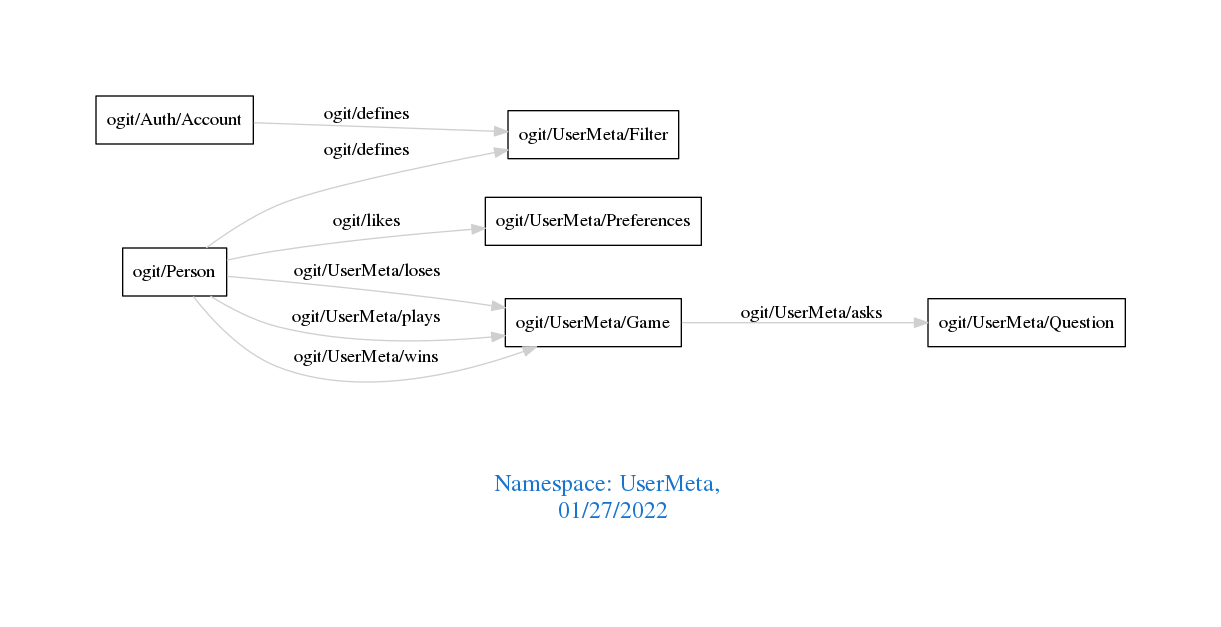
Before: downloads/UserMeta.png, a diagram exported from Graphviz (arago/OGIT). Its source is kept beside it as downloads/UserMeta.dot.
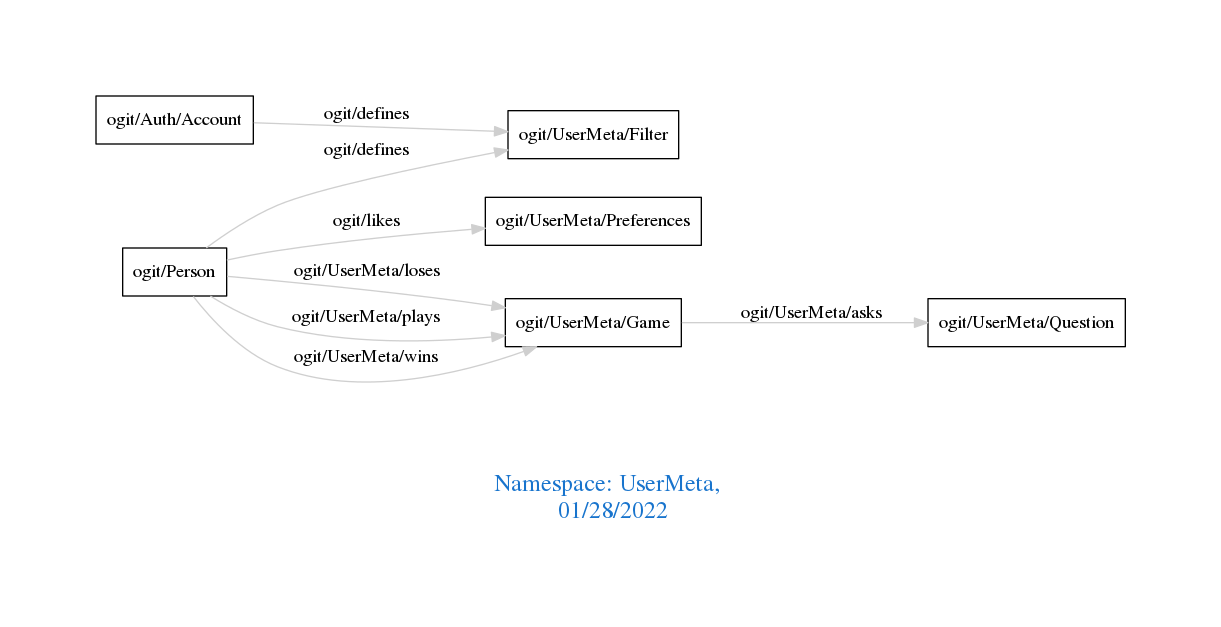
Above is the later version.

The edit, as a diff of the source:
```diff
@@ -1,7 +1,7 @@
 digraph OGIT_ontology {
  graph [ rankdir= LR,pad=1
 fontsize = 18,
-fontcolor= dodgerblue3,label = "\n\n\nNamespace: UserMeta, \n 01/27/2022"];
+fontcolor= dodgerblue3,label = "\n\n\nNamespace: UserMeta, \n 01/28/2022"];
 node[shape=polygon];
 edge [  color="gray81"];
 
```
